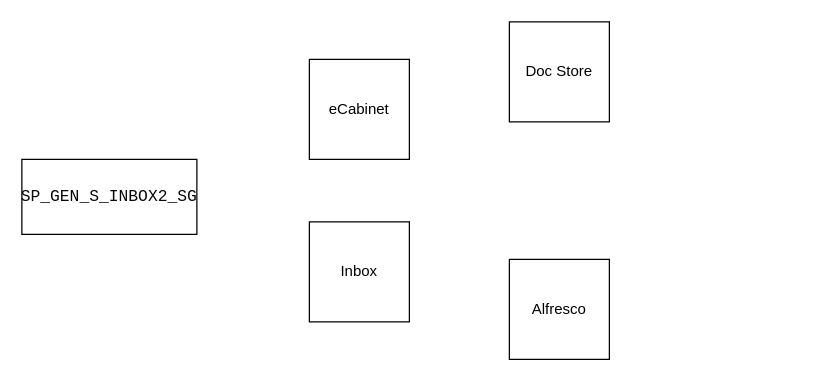
Before: Untitled Diagram.drawio in supremehover/Draw, a draw.io diagram. Source tidied: cells renumbered, new cells numbered last; positions are measured from the earlier drawing's top-left corner, leaving out a move shared by most shapes. Both pictures are drawn from the tidied source at 125%, with x=0, y=0 at pixel (21, 21).
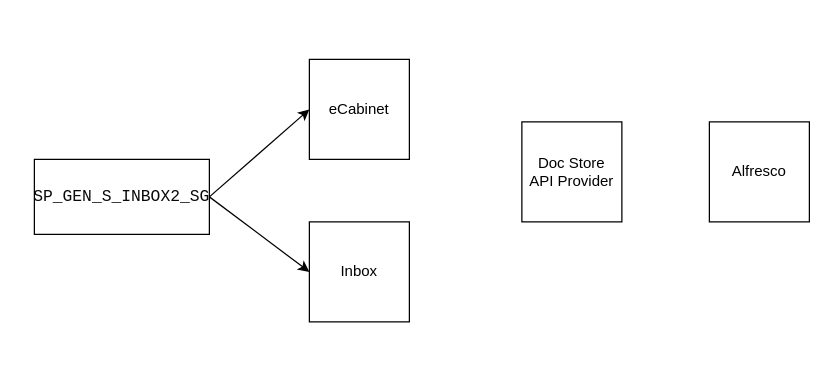
The same page after the edit.

Change to the diagram source:
```diff
@@
 <mxGraphModel>
   <root>
     <mxCell id="0" />
     <mxCell id="1" parent="0" />
-    <mxCell id="2" value="Doc Store" style="whiteSpace=wrap;html=1;" parent="1" vertex="1">
-      <mxGeometry x="390" width="80" height="80" as="geometry" />
+    <mxCell id="2" value="Doc Store&lt;br&gt;API Provider" style="whiteSpace=wrap;html=1;" parent="1" vertex="1">
+      <mxGeometry x="400" y="80" width="80" height="80" as="geometry" />
     </mxCell>
     <mxCell id="3" value="Alfresco" style="whiteSpace=wrap;html=1;" parent="1" vertex="1">
-      <mxGeometry x="390" y="190" width="80" height="80" as="geometry" />
+      <mxGeometry x="550" y="80" width="80" height="80" as="geometry" />
     </mxCell>
     <mxCell id="4" value="eCabinet" style="whiteSpace=wrap;html=1;" parent="1" vertex="1">
       <mxGeometry x="230" y="30" width="80" height="80" as="geometry" />
     </mxCell>
     <mxCell id="5" value="Inbox" style="whiteSpace=wrap;html=1;" parent="1" vertex="1">
       <mxGeometry x="230" y="160" width="80" height="80" as="geometry" />
     </mxCell>
     <mxCell id="6" value="&lt;pre style=&quot;border-color: var(--border-color); color: rgb(8, 8, 8); font-family: &amp;quot;JetBrains Mono&amp;quot;, monospace; font-size: 9.8pt;&quot;&gt;SP_GEN_S_INBOX2_SG&lt;/pre&gt;" style="rounded=0;whiteSpace=wrap;html=1;" parent="1" vertex="1">
-      <mxGeometry y="110" width="140" height="60" as="geometry" />
+      <mxGeometry x="10" y="110" width="140" height="60" as="geometry" />
     </mxCell>
+    <mxCell id="7" style="endArrow=classic;html=1;rounded=0;entryX=0;entryY=0.5;entryDx=0;entryDy=0;exitX=1;exitY=0.5;exitDx=0;exitDy=0;" parent="1" edge="1" source="6" target="4">
+      <mxGeometry relative="1" as="geometry" />
+    </mxCell>
+    <mxCell id="8" style="endArrow=classic;html=1;rounded=0;exitX=1;exitY=0.5;exitDx=0;exitDy=0;entryX=0;entryY=0.5;entryDx=0;entryDy=0;" parent="1" edge="1" source="6" target="5">
+      <mxGeometry relative="1" as="geometry" />
+    </mxCell>
   </root>
 </mxGraphModel>
```
